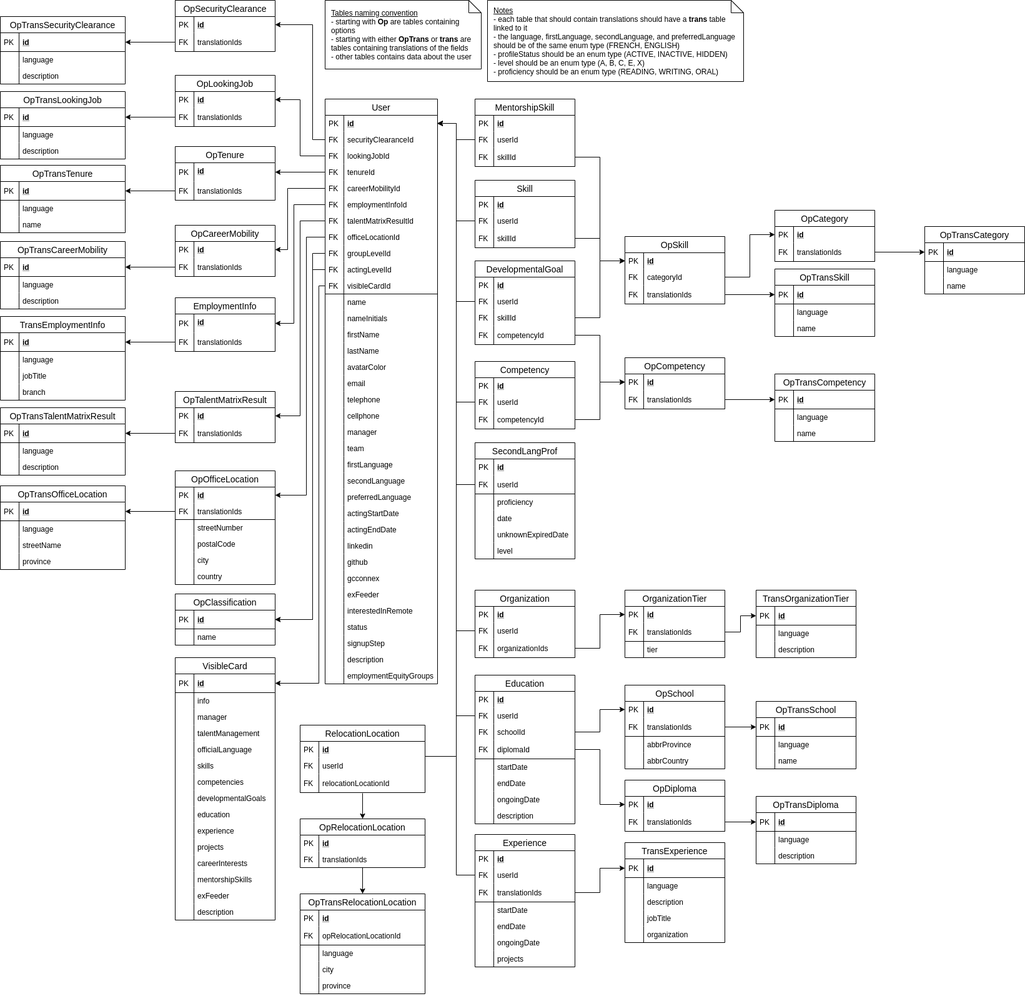
Above: services/backend/src/docs/I-Talent database-v3 Relational Diagram.png in CDH-Studio/I-Talent (draw.io), before the change. Source tidied: cells renumbered, new cells last; positions are measured from the earlier drawing's top-left corner, leaving out a move shared by most shapes.
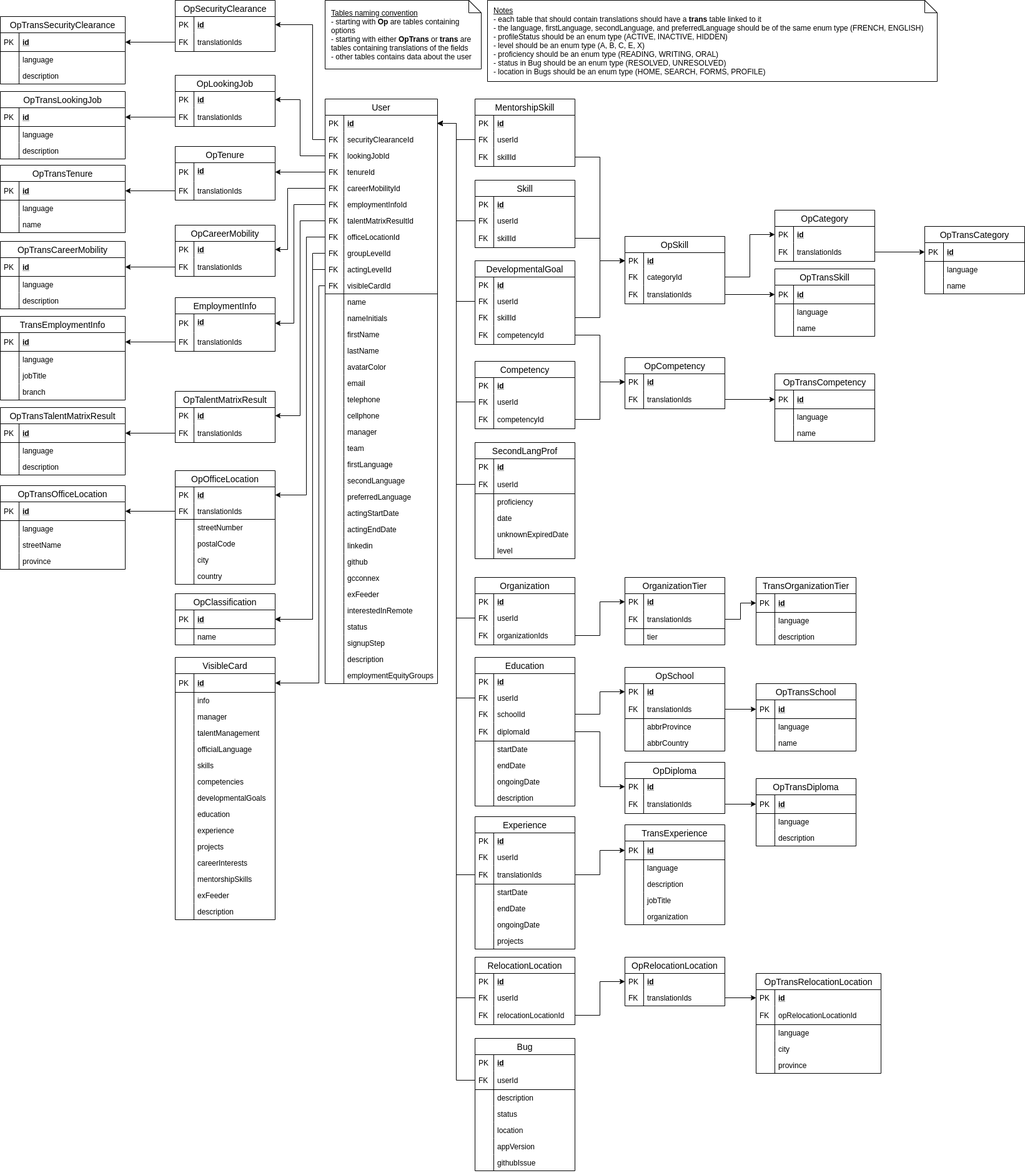
The same file after the commit.

The edit, as a diff of the source:
```diff
@@ -42,11 +42,2 @@
     </mxCell>
-    <mxCell id="13" style="edgeStyle=orthogonalEdgeStyle;rounded=0;jettySize=auto;html=1;exitX=1;exitY=0.5;exitDx=0;exitDy=0;entryX=1;entryY=0.5;entryDx=0;entryDy=0;" parent="1" edge="1" source="412" target="43">
-      <mxGeometry relative="1" as="geometry">
-        <Array as="points">
-          <mxPoint x="680" y="1210" />
-          <mxPoint x="730" y="1210" />
-          <mxPoint x="730" y="197" />
-        </Array>
-      </mxGeometry>
-    </mxCell>
     <mxCell id="14" style="edgeStyle=orthogonalEdgeStyle;rounded=0;jettySize=auto;html=1;exitX=1;exitY=0.5;exitDx=0;exitDy=0;entryX=0;entryY=0.5;entryDx=0;entryDy=0;strokeColor=#000000;fontColor=#FF3333;" parent="1" edge="1" source="166" target="169">
@@ -627,3 +618,3 @@
     <mxCell id="194" value="OpDiploma" style="swimlane;fontStyle=0;horizontal=1;startSize=26;align=center;fontSize=14;" parent="1" vertex="1">
-      <mxGeometry x="1000" y="1248" width="160" height="82" as="geometry" />
+      <mxGeometry x="1000" y="1220" width="160" height="82" as="geometry" />
     </mxCell>
@@ -642,3 +633,3 @@
     <mxCell id="199" value="OpTransDiploma" style="swimlane;fontStyle=0;horizontal=1;startSize=26;align=center;fontSize=14;" parent="1" vertex="1">
-      <mxGeometry x="1210" y="1274" width="160" height="108" as="geometry" />
+      <mxGeometry x="1210" y="1246" width="160" height="108" as="geometry" />
     </mxCell>
@@ -924,3 +915,3 @@
     <mxCell id="293" value="TransExperience" style="swimlane;fontStyle=0;horizontal=1;startSize=26;align=center;fontSize=14;" parent="1" vertex="1">
-      <mxGeometry x="1000" y="1348" width="160" height="160" as="geometry" />
+      <mxGeometry x="1000" y="1320" width="160" height="160" as="geometry" />
     </mxCell>
@@ -957,3 +948,3 @@
     <mxCell id="304" value="OpSchool" style="swimlane;fontStyle=0;horizontal=1;startSize=26;align=center;fontSize=14;" parent="1" vertex="1">
-      <mxGeometry x="1000" y="1096" width="160" height="134" as="geometry" />
+      <mxGeometry x="1000" y="1068" width="160" height="134" as="geometry" />
     </mxCell>
@@ -1013,4 +1004,4 @@
     </mxCell>
-    <mxCell id="323" value="&lt;u&gt;Notes&lt;/u&gt;&lt;br&gt;- each table that should contain translations should have a &lt;b&gt;trans&lt;/b&gt;&amp;nbsp;table linked to it&lt;br&gt;- the language, firstLanguage, secondLanguage, and preferredLanguage should be of the same enum type (FRENCH, ENGLISH)&lt;br&gt;- profileStatus should be an enum type (ACTIVE, INACTIVE, HIDDEN)&lt;br&gt;- level should be an enum type (A, B, C, E, X)&lt;br&gt;- proficiency should be an enum type (READING, WRITING, ORAL)" style="shape=note;size=20;whiteSpace=wrap;html=1;align=left;spacing=10;" parent="1" vertex="1">
-      <mxGeometry x="780" width="410" height="130" as="geometry" />
+    <mxCell id="323" value="&lt;u&gt;Notes&lt;/u&gt;&lt;br&gt;- each table that should contain translations should have a &lt;b&gt;trans&lt;/b&gt;&amp;nbsp;table linked to it&lt;br&gt;- the language, firstLanguage, secondLanguage, and preferredLanguage should be of the same enum type (FRENCH, ENGLISH)&lt;br&gt;- profileStatus should be an enum type (ACTIVE, INACTIVE, HIDDEN)&lt;br&gt;- level should be an enum type (A, B, C, E, X)&lt;br&gt;- proficiency should be an enum type (READING, WRITING, ORAL)&lt;br&gt;- status in Bug should be an enum type (RESOLVED, UNRESOLVED)&lt;br&gt;- location in Bugs should be an enum type (HOME, SEARCH, FORMS, PROFILE)" style="shape=note;size=20;whiteSpace=wrap;html=1;align=left;spacing=10;" parent="1" vertex="1">
+      <mxGeometry x="780" width="720" height="130" as="geometry" />
     </mxCell>
@@ -1125,3 +1116,3 @@
     <mxCell id="360" value="OpTransSchool" style="swimlane;fontStyle=0;horizontal=1;startSize=26;align=center;fontSize=14;" parent="1" vertex="1">
-      <mxGeometry x="1210" y="1122" width="160" height="108" as="geometry" />
+      <mxGeometry x="1210" y="1094" width="160" height="108" as="geometry" />
     </mxCell>
@@ -1152,3 +1143,3 @@
     <mxCell id="369" value="Education" style="swimlane;fontStyle=0;horizontal=1;startSize=26;align=center;fontSize=14;" parent="1" vertex="1">
-      <mxGeometry x="760" y="1080" width="160" height="238" as="geometry" />
+      <mxGeometry x="760" y="1052" width="160" height="238" as="geometry" />
     </mxCell>
@@ -1203,3 +1194,3 @@
     <mxCell id="386" value="Organization" style="swimlane;fontStyle=0;horizontal=1;startSize=26;align=center;fontSize=14;" parent="1" vertex="1">
-      <mxGeometry x="760" y="944" width="160" height="108" as="geometry" />
+      <mxGeometry x="760" y="924" width="160" height="108" as="geometry" />
     </mxCell>
@@ -1224,6 +1215,6 @@
     <mxCell id="393" value="OpRelocationLocation" style="swimlane;fontStyle=0;horizontal=1;startSize=26;align=center;fontSize=14;" parent="1" vertex="1">
-      <mxGeometry x="480" y="1310" width="200" height="78" as="geometry" />
+      <mxGeometry x="1000" y="1532" width="160" height="78" as="geometry" />
     </mxCell>
     <mxCell id="394" value="id" style="shape=partialRectangle;top=0;left=0;right=0;bottom=0;align=left;verticalAlign=top;fillColor=none;spacingLeft=34;spacingRight=4;overflow=hidden;points=[[0,0.5],[1,0.5]];portConstraint=eastwest;fontSize=12;fontStyle=5;" parent="393" vertex="1">
-      <mxGeometry y="26" width="200" height="26" as="geometry" />
+      <mxGeometry y="26" width="160" height="26" as="geometry" />
     </mxCell>
@@ -1233,3 +1224,3 @@
     <mxCell id="396" value="translationIds" style="shape=partialRectangle;top=0;left=0;right=0;bottom=0;align=left;verticalAlign=top;fillColor=none;spacingLeft=34;spacingRight=4;overflow=hidden;points=[[0,0.5],[1,0.5]];portConstraint=eastwest;fontSize=12;fontStyle=0;" parent="393" vertex="1">
-      <mxGeometry y="52" width="200" height="26" as="geometry" />
+      <mxGeometry y="52" width="160" height="26" as="geometry" />
     </mxCell>
@@ -1239,3 +1230,3 @@
     <mxCell id="398" value="OpTransRelocationLocation" style="swimlane;fontStyle=0;horizontal=1;startSize=26;align=center;fontSize=14;" parent="1" vertex="1">
-      <mxGeometry x="480" y="1430" width="200" height="160" as="geometry" />
+      <mxGeometry x="1210" y="1558" width="200" height="160" as="geometry" />
     </mxCell>
@@ -1272,6 +1263,6 @@
     <mxCell id="409" value="RelocationLocation" style="swimlane;fontStyle=0;horizontal=1;startSize=26;align=center;fontSize=14;" parent="1" vertex="1">
-      <mxGeometry x="480" y="1160" width="200" height="108" as="geometry" />
+      <mxGeometry x="760" y="1532" width="160" height="108" as="geometry" />
     </mxCell>
     <mxCell id="410" value="id" style="shape=partialRectangle;top=0;left=0;right=0;bottom=0;align=left;verticalAlign=top;fillColor=none;spacingLeft=34;spacingRight=4;overflow=hidden;fontSize=12;fontStyle=5;" parent="409" vertex="1">
-      <mxGeometry y="26" width="200" height="26" as="geometry" />
+      <mxGeometry y="26" width="160" height="26" as="geometry" />
     </mxCell>
@@ -1281,3 +1272,3 @@
     <mxCell id="412" value="userId" style="shape=partialRectangle;top=0;left=0;right=0;bottom=0;align=left;verticalAlign=top;fillColor=none;spacingLeft=34;spacingRight=4;overflow=hidden;points=[[0,0.5],[1,0.5]];portConstraint=eastwest;fontSize=12;fontStyle=0;" parent="409" vertex="1">
-      <mxGeometry y="52" width="200" height="26" as="geometry" />
+      <mxGeometry y="52" width="160" height="26" as="geometry" />
     </mxCell>
@@ -1287,3 +1278,3 @@
     <mxCell id="414" value="relocationLocationId" style="shape=partialRectangle;top=0;left=0;right=0;bottom=1;align=left;verticalAlign=middle;fillColor=none;spacingLeft=34;spacingRight=4;overflow=hidden;points=[[0,0.5],[1,0.5]];portConstraint=eastwest;fontStyle=0;fontSize=12;" parent="409" vertex="1">
-      <mxGeometry y="78" width="200" height="30" as="geometry" />
+      <mxGeometry y="78" width="160" height="30" as="geometry" />
     </mxCell>
@@ -1292,13 +1283,4 @@
     </mxCell>
-    <mxCell id="416" style="endArrow=classic;html=1;exitX=0.5;exitY=1;exitDx=0;exitDy=0;entryX=0.5;entryY=0;entryDx=0;entryDy=0;rounded=0;" parent="1" edge="1" source="393" target="398">
-      <mxGeometry relative="1" as="geometry" />
-    </mxCell>
-    <mxCell id="417" style="endArrow=classic;html=1;rounded=0;" parent="1" edge="1">
-      <mxGeometry relative="1" as="geometry">
-        <mxPoint x="580" y="1269" as="sourcePoint" />
-        <mxPoint x="580" y="1310" as="targetPoint" />
-      </mxGeometry>
-    </mxCell>
     <mxCell id="418" value="Experience" style="swimlane;fontStyle=0;horizontal=1;startSize=26;align=center;fontSize=14;" parent="1" vertex="1">
-      <mxGeometry x="760" y="1335" width="160" height="212" as="geometry" />
+      <mxGeometry x="760" y="1307" width="160" height="212" as="geometry" />
     </mxCell>
@@ -1347,3 +1329,3 @@
     <mxCell id="433" value="OrganizationTier" style="swimlane;fontStyle=0;horizontal=1;startSize=26;align=center;fontSize=14;" parent="1" vertex="1">
-      <mxGeometry x="1000" y="944" width="160" height="108" as="geometry" />
+      <mxGeometry x="1000" y="924" width="160" height="108" as="geometry" />
     </mxCell>
@@ -1368,3 +1350,3 @@
     <mxCell id="440" value="TransOrganizationTier" style="swimlane;fontStyle=0;horizontal=1;startSize=26;align=center;fontSize=14;" parent="1" vertex="1">
-      <mxGeometry x="1210" y="944" width="160" height="108" as="geometry" />
+      <mxGeometry x="1210" y="924" width="160" height="108" as="geometry" />
     </mxCell>
@@ -1388,2 +1370,59 @@
     </mxCell>
+    <mxCell id="13" style="edgeStyle=orthogonalEdgeStyle;rounded=0;jettySize=auto;html=1;exitX=0;exitY=0.5;exitDx=0;exitDy=0;entryX=1;entryY=0.5;entryDx=0;entryDy=0;" parent="1" edge="1" source="412" target="43">
+      <mxGeometry relative="1" as="geometry" />
+    </mxCell>
+    <mxCell id="447" style="edgeStyle=orthogonalEdgeStyle;rounded=0;jettySize=auto;html=1;exitX=1;exitY=0.5;exitDx=0;exitDy=0;entryX=0;entryY=0.5;entryDx=0;entryDy=0;" parent="1" edge="1" source="414" target="394">
+      <mxGeometry relative="1" as="geometry" />
+    </mxCell>
+    <mxCell id="448" style="edgeStyle=orthogonalEdgeStyle;rounded=0;jettySize=auto;html=1;exitX=1;exitY=0.5;exitDx=0;exitDy=0;entryX=0;entryY=0.5;entryDx=0;entryDy=0;" parent="1" edge="1" source="396" target="399">
+      <mxGeometry relative="1" as="geometry" />
+    </mxCell>
+    <mxCell id="449" value="Bug" style="swimlane;fontStyle=0;horizontal=1;startSize=26;align=center;fontSize=14;" parent="1" vertex="1">
+      <mxGeometry x="760" y="1662" width="160" height="212" as="geometry" />
+    </mxCell>
+    <mxCell id="450" value="id" style="shape=partialRectangle;top=0;left=0;right=0;bottom=0;align=left;verticalAlign=top;fillColor=none;spacingLeft=34;spacingRight=4;overflow=hidden;fontSize=12;fontStyle=5;" parent="449" vertex="1">
+      <mxGeometry y="26" width="160" height="26" as="geometry" />
+    </mxCell>
+    <mxCell id="451" value="PK" style="shape=partialRectangle;top=0;left=0;bottom=0;fillColor=none;align=left;verticalAlign=top;spacingLeft=4;spacingRight=4;overflow=hidden;fontSize=12;" parent="450" vertex="1">
+      <mxGeometry width="30" height="26" as="geometry" />
+    </mxCell>
+    <mxCell id="452" value="userId" style="shape=partialRectangle;top=0;left=0;right=0;bottom=1;align=left;verticalAlign=middle;fillColor=none;spacingLeft=34;spacingRight=4;overflow=hidden;points=[[0,0.5],[1,0.5]];portConstraint=eastwest;fontStyle=0;fontSize=12;" parent="449" vertex="1">
+      <mxGeometry y="52" width="160" height="30" as="geometry" />
+    </mxCell>
+    <mxCell id="453" value="FK" style="shape=partialRectangle;top=0;left=0;bottom=0;fillColor=none;align=left;verticalAlign=middle;spacingLeft=4;spacingRight=4;overflow=hidden;fontSize=12;" parent="452" vertex="1">
+      <mxGeometry width="30" height="30" as="geometry" />
+    </mxCell>
+    <mxCell id="454" value="description" style="shape=partialRectangle;top=0;left=0;right=0;bottom=0;align=left;verticalAlign=top;fillColor=none;spacingLeft=34;spacingRight=4;overflow=hidden;fontSize=12;" parent="449" vertex="1">
+      <mxGeometry y="82" width="160" height="26" as="geometry" />
+    </mxCell>
+    <mxCell id="455" style="shape=partialRectangle;top=0;left=0;bottom=0;fillColor=none;align=left;verticalAlign=top;spacingLeft=4;spacingRight=4;overflow=hidden;fontSize=12;" parent="454" vertex="1">
+      <mxGeometry width="30" height="26" as="geometry" />
+    </mxCell>
+    <mxCell id="456" value="status" style="shape=partialRectangle;top=0;left=0;right=0;bottom=0;align=left;verticalAlign=top;fillColor=none;spacingLeft=34;spacingRight=4;overflow=hidden;fontSize=12;" parent="449" vertex="1">
+      <mxGeometry y="108" width="160" height="26" as="geometry" />
+    </mxCell>
+    <mxCell id="457" style="shape=partialRectangle;top=0;left=0;bottom=0;fillColor=none;align=left;verticalAlign=top;spacingLeft=4;spacingRight=4;overflow=hidden;fontSize=12;" parent="456" vertex="1">
+      <mxGeometry width="30" height="26" as="geometry" />
+    </mxCell>
+    <mxCell id="458" value="location" style="shape=partialRectangle;top=0;left=0;right=0;bottom=0;align=left;verticalAlign=top;fillColor=none;spacingLeft=34;spacingRight=4;overflow=hidden;fontSize=12;" parent="449" vertex="1">
+      <mxGeometry y="134" width="160" height="26" as="geometry" />
+    </mxCell>
+    <mxCell id="459" style="shape=partialRectangle;top=0;left=0;bottom=0;fillColor=none;align=left;verticalAlign=top;spacingLeft=4;spacingRight=4;overflow=hidden;fontSize=12;" parent="458" vertex="1">
+      <mxGeometry width="30" height="26" as="geometry" />
+    </mxCell>
+    <mxCell id="460" value="appVersion" style="shape=partialRectangle;top=0;left=0;right=0;bottom=0;align=left;verticalAlign=top;fillColor=none;spacingLeft=34;spacingRight=4;overflow=hidden;fontSize=12;" parent="449" vertex="1">
+      <mxGeometry y="160" width="160" height="26" as="geometry" />
+    </mxCell>
+    <mxCell id="461" style="shape=partialRectangle;top=0;left=0;bottom=0;fillColor=none;align=left;verticalAlign=top;spacingLeft=4;spacingRight=4;overflow=hidden;fontSize=12;" parent="460" vertex="1">
+      <mxGeometry width="30" height="26" as="geometry" />
+    </mxCell>
+    <mxCell id="462" value="githubIssue" style="shape=partialRectangle;top=0;left=0;right=0;bottom=0;align=left;verticalAlign=top;fillColor=none;spacingLeft=34;spacingRight=4;overflow=hidden;fontSize=12;" parent="449" vertex="1">
+      <mxGeometry y="186" width="160" height="26" as="geometry" />
+    </mxCell>
+    <mxCell id="463" style="shape=partialRectangle;top=0;left=0;bottom=0;fillColor=none;align=left;verticalAlign=top;spacingLeft=4;spacingRight=4;overflow=hidden;fontSize=12;" parent="462" vertex="1">
+      <mxGeometry width="30" height="26" as="geometry" />
+    </mxCell>
+    <mxCell id="464" style="edgeStyle=orthogonalEdgeStyle;rounded=0;jettySize=auto;html=1;exitX=0;exitY=0.5;exitDx=0;exitDy=0;entryX=1;entryY=0.5;entryDx=0;entryDy=0;" parent="1" edge="1" source="452" target="43">
+      <mxGeometry relative="1" as="geometry" />
+    </mxCell>
   </root>
```
